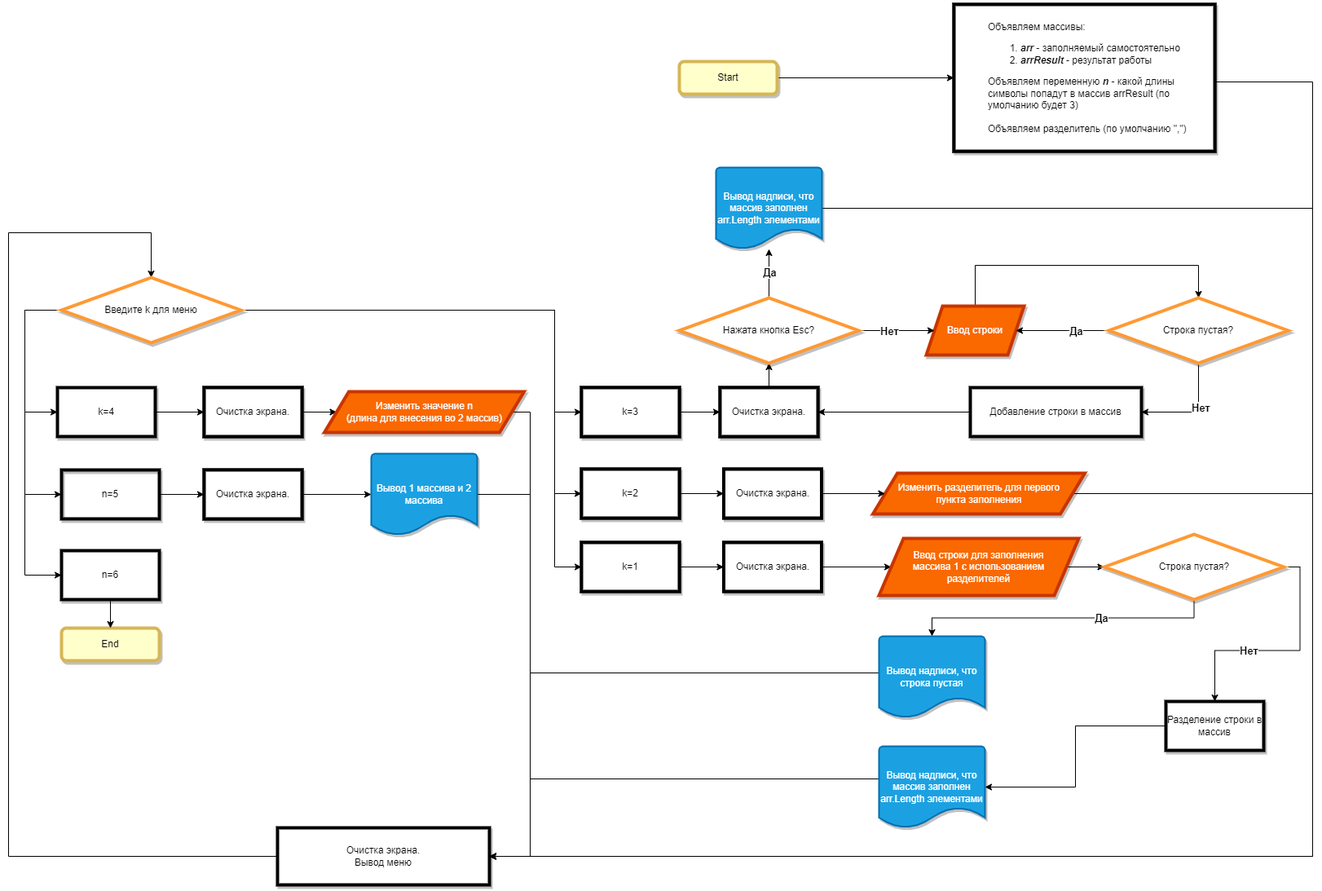
Earlier version of the draw.io export Итоговая_диаграмма.png (Orroty/FirstSemesterFinWork). Source tidied: cells renumbered, new cells last; positions are measured from the earlier drawing's top-left corner, leaving out a move shared by most shapes.
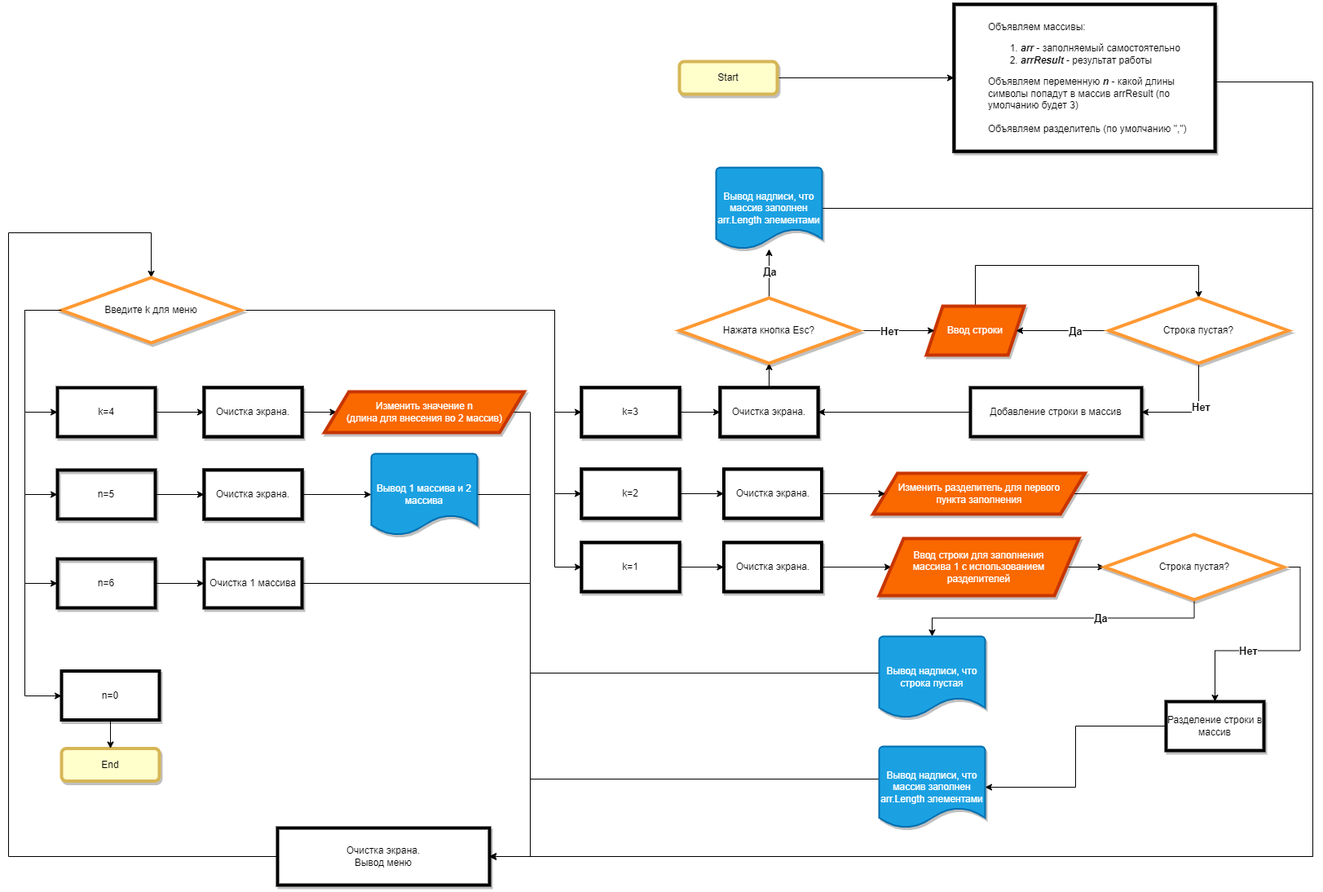
Above is the later version.

Commit message:
Попраил блок-схему

Diff of the diagram source:
```diff
@@ -9,7 +9,7 @@
       <mxGeometry x="823" y="70" width="120" height="40" as="geometry" />
     </mxCell>
     <mxCell id="4" value="End" style="rounded=1;whiteSpace=wrap;html=1;fontSize=12;glass=0;strokeWidth=4;shadow=1;fillColor=#FFFFCC;strokeColor=#d6b656;" parent="1" vertex="1">
-      <mxGeometry x="65" y="765" width="120" height="40" as="geometry" />
+      <mxGeometry x="65" y="912.5" width="120" height="40" as="geometry" />
     </mxCell>
     <mxCell id="5" style="edgeStyle=orthogonalEdgeStyle;rounded=0;jettySize=auto;html=1;" parent="1" edge="1" source="33" target="14">
       <mxGeometry relative="1" as="geometry">
@@ -67,7 +67,7 @@
       <mxGeometry relative="1" as="geometry">
         <Array as="points">
           <mxPoint x="20" y="375" />
-          <mxPoint x="20" y="700" />
+          <mxPoint x="20" y="848" />
         </Array>
       </mxGeometry>
     </mxCell>
@@ -103,8 +103,8 @@
     <mxCell id="21" style="edgeStyle=orthogonalEdgeStyle;rounded=0;jettySize=auto;html=1;" parent="1" edge="1" source="22" target="4">
       <mxGeometry relative="1" as="geometry" />
     </mxCell>
-    <mxCell id="22" value="n=6" style="rounded=0;whiteSpace=wrap;html=1;strokeWidth=4;fillColor=default;shadow=1;" parent="1" vertex="1">
-      <mxGeometry x="65" y="670" width="120" height="60" as="geometry" />
+    <mxCell id="22" value="n=0" style="rounded=0;whiteSpace=wrap;html=1;strokeWidth=4;fillColor=default;shadow=1;" parent="1" vertex="1">
+      <mxGeometry x="65" y="817.5" width="120" height="60" as="geometry" />
     </mxCell>
     <mxCell id="23" style="rounded=0;jettySize=auto;html=1;edgeStyle=orthogonalEdgeStyle;" parent="1" edge="1" source="34" target="71">
       <mxGeometry relative="1" as="geometry" />
@@ -119,7 +119,7 @@
       <mxGeometry relative="1" as="geometry" />
     </mxCell>
     <mxCell id="27" value="n=5" style="rounded=0;whiteSpace=wrap;html=1;strokeWidth=4;fillColor=none;shadow=1;" parent="1" vertex="1">
-      <mxGeometry x="65" y="571" width="120" height="60" as="geometry" />
+      <mxGeometry x="60" y="571" width="120" height="60" as="geometry" />
     </mxCell>
     <mxCell id="28" style="edgeStyle=orthogonalEdgeStyle;rounded=0;jettySize=auto;html=1;" parent="1" edge="1" source="29" target="33">
       <mxGeometry relative="1" as="geometry">
@@ -335,5 +335,30 @@
     <mxCell id="81" value="Очистка экрана." style="rounded=0;whiteSpace=wrap;html=1;strokeWidth=4;fillColor=default;shadow=1;" parent="1" vertex="1">
       <mxGeometry x="240" y="571" width="120" height="60" as="geometry" />
     </mxCell>
+    <mxCell id="82" style="edgeStyle=orthogonalEdgeStyle;rounded=0;sketch=0;jettySize=auto;html=1;exitX=1;exitY=0.5;exitDx=0;exitDy=0;entryX=0;entryY=0.5;entryDx=0;entryDy=0;shadow=0;strokeColor=#000000;fontSize=13;fontColor=#FFFFFF;fillColor=#BC6C25;" parent="1" edge="1" source="83" target="86">
+      <mxGeometry relative="1" as="geometry" />
+    </mxCell>
+    <mxCell id="83" value="n=6" style="rounded=0;whiteSpace=wrap;html=1;strokeWidth=4;fillColor=none;shadow=1;" parent="1" vertex="1">
+      <mxGeometry x="60" y="680" width="120" height="60" as="geometry" />
+    </mxCell>
+    <mxCell id="84" style="rounded=0;jettySize=auto;html=1;entryX=0;entryY=0.5;entryDx=0;entryDy=0;edgeStyle=orthogonalEdgeStyle;exitX=0;exitY=0.5;exitDx=0;exitDy=0;" parent="1" edge="1" source="14" target="83">
+      <mxGeometry relative="1" as="geometry">
+        <Array as="points">
+          <mxPoint x="20" y="375" />
+          <mxPoint x="20" y="710" />
+        </Array>
+      </mxGeometry>
+    </mxCell>
+    <mxCell id="85" style="edgeStyle=orthogonalEdgeStyle;rounded=0;sketch=0;jettySize=auto;html=1;exitX=1;exitY=0.5;exitDx=0;exitDy=0;shadow=0;strokeColor=#000000;fontSize=13;fontColor=#FFFFFF;fillColor=#BC6C25;" parent="1" edge="1" source="86" target="33">
+      <mxGeometry relative="1" as="geometry">
+        <Array as="points">
+          <mxPoint x="640" y="710" />
+          <mxPoint x="640" y="1045" />
+        </Array>
+      </mxGeometry>
+    </mxCell>
+    <mxCell id="86" value="Очистка 1 массива" style="rounded=0;whiteSpace=wrap;html=1;strokeWidth=4;fillColor=default;shadow=1;" parent="1" vertex="1">
+      <mxGeometry x="240" y="680" width="120" height="60" as="geometry" />
+    </mxCell>
   </root>
 </mxGraphModel>
```
